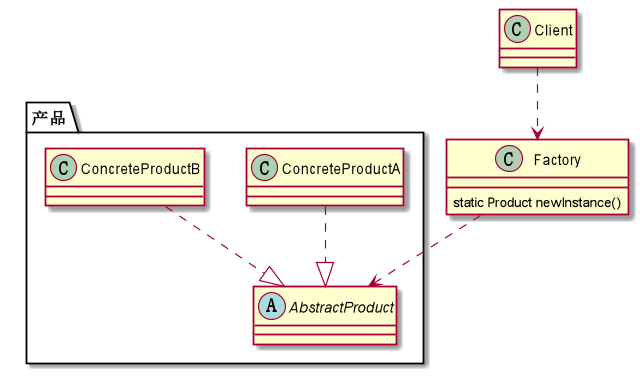
Earlier version of the PlantUML export design/简单工厂.png (FameLsy/Images).
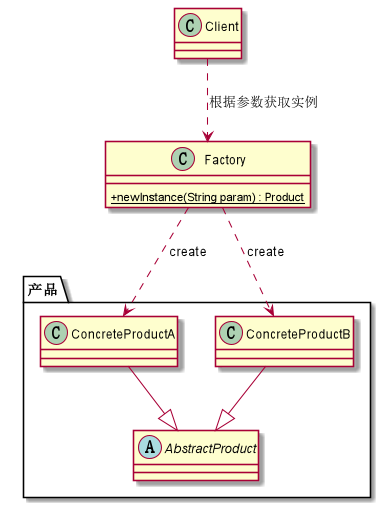
The same diagram one commit later.

What changed in the source:
```diff
@@ -1,6 +1,8 @@
 @startuml
+skinparam classAttributeIconSize 0
+
 Class Factory{
-   static Product newInstance()
+   + {static} newInstance(String param) : Product
 }
 
 
@@ -14,10 +16,13 @@
 }
 
 
-Client ..> Factory
-ConcreteProductA ..|> AbstractProduct
-ConcreteProductB..|> AbstractProduct
-Factory ..> AbstractProduct
+Client ..> Factory: 根据参数获取实例
+ConcreteProductA --|> AbstractProduct
+ConcreteProductB --|> AbstractProduct
+Factory ..> ConcreteProductA: create
+Factory ..> ConcreteProductB: create
+
+
 
 
 @enduml
```
